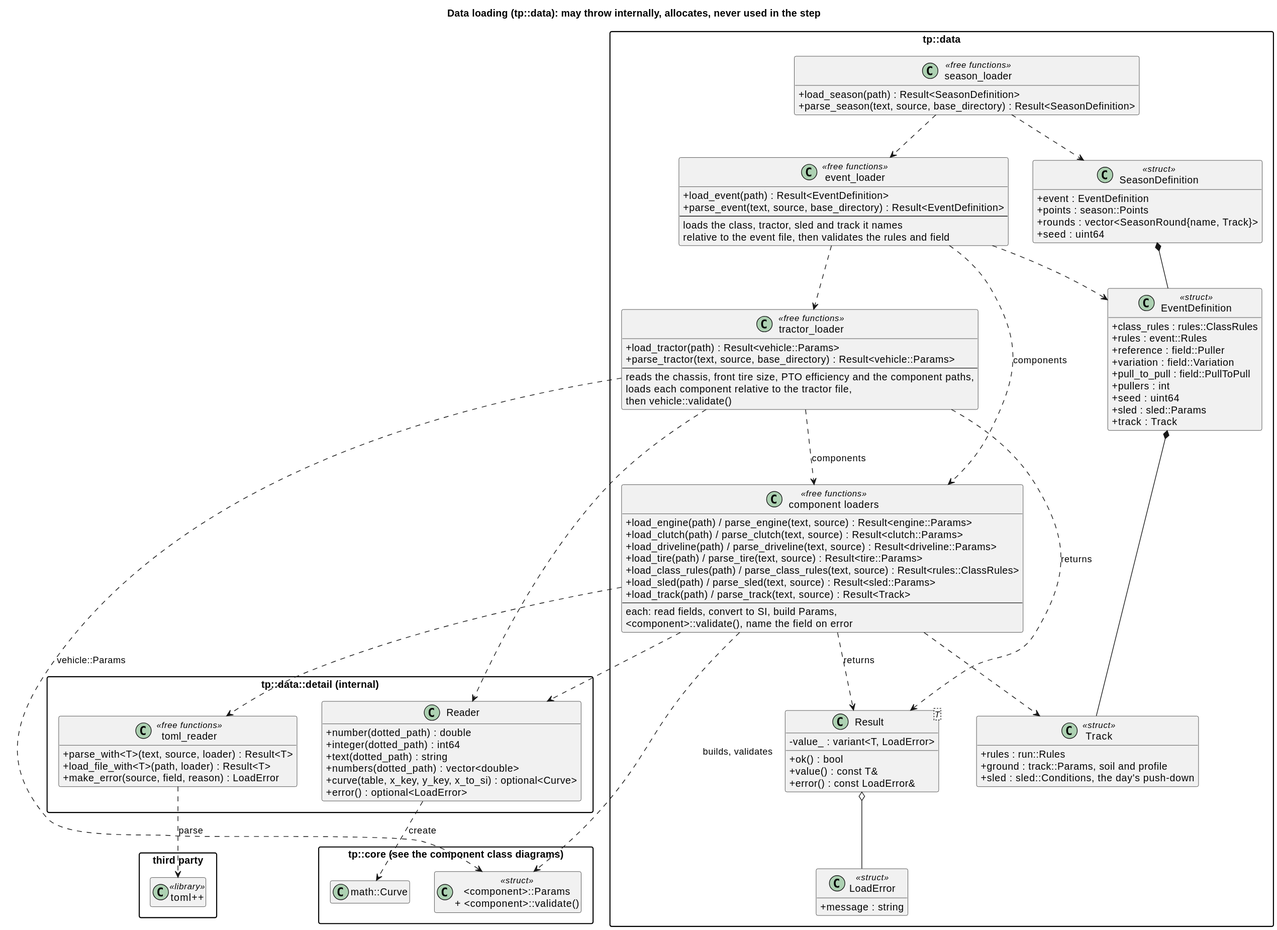
Earlier version of the PlantUML export docs/diagrams/svg/data_io_classes.svg (wversteeg/TractorPulling).
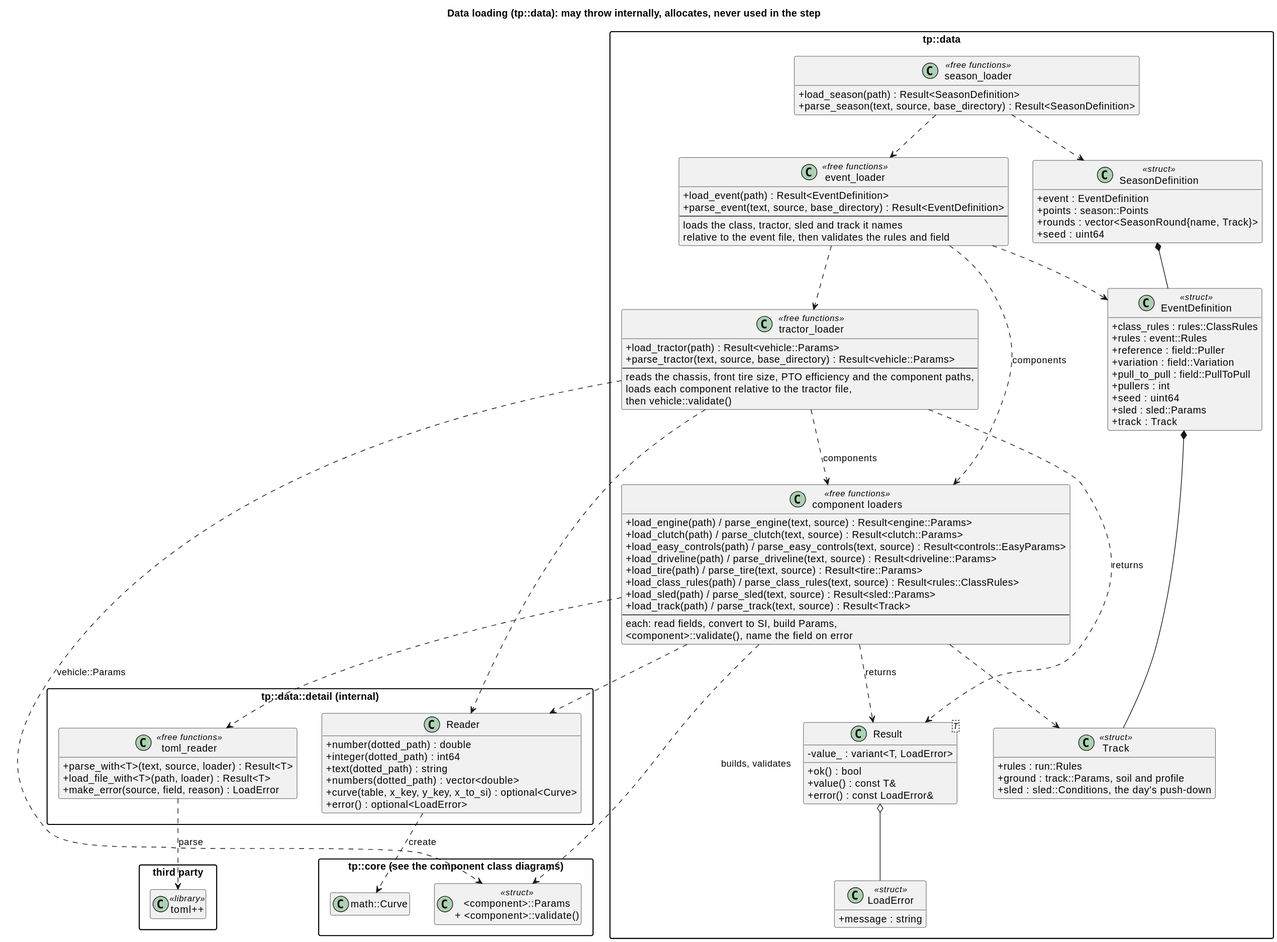
After the change.

The edit, as a diff of the source:
```diff
@@ -18,6 +18,7 @@
   class "component loaders" as Loaders <<free functions>> {
     +load_engine(path) / parse_engine(text, source) : Result<engine::Params>
     +load_clutch(path) / parse_clutch(text, source) : Result<clutch::Params>
+    +load_easy_controls(path) / parse_easy_controls(text, source) : Result<controls::EasyParams>
     +load_driveline(path) / parse_driveline(text, source) : Result<driveline::Params>
     +load_tire(path) / parse_tire(text, source) : Result<tire::Params>
     +load_class_rules(path) / parse_class_rules(text, source) : Result<rules::ClassRules>
```
